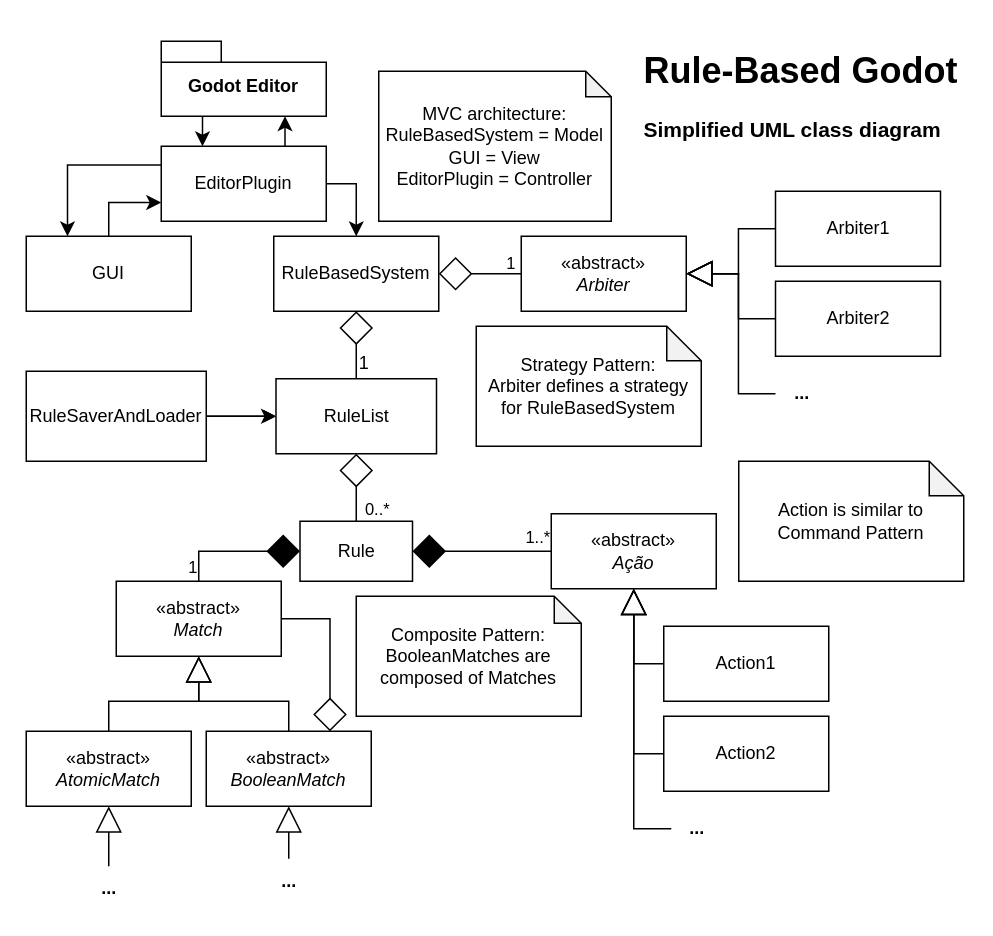
rvbatt/rule-based-godot keeps this draw.io diagram as page "Planned" (1 of 3) of diagrams/UML_Classes.drawio. Above is the earlier version. Source tidied: cells renumbered, new cells numbered last; positions are measured from the earlier drawing's top-left corner, leaving out a move shared by most shapes. Both pictures are drawn from the tidied source at 150%, with x=0, y=0 at pixel (26, 40).
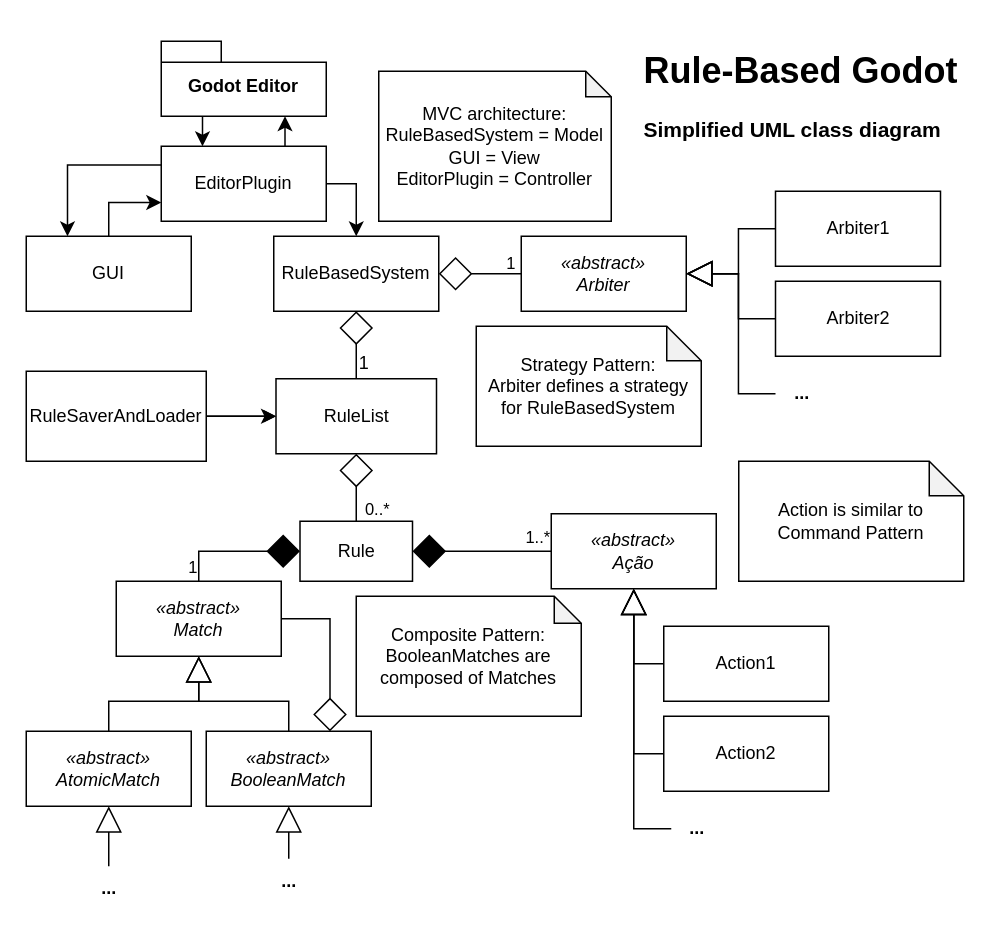
Above is the later version.

Unchanged cells that the change refers to:
```xml
<mxCell id="47" style="group;" parent="1" vertex="1">
  <mxGeometry x="120" y="460" width="110" height="115" as="geometry" />
</mxCell>
<mxCell id="51" style="group;" parent="1" vertex="1">
  <mxGeometry y="460" width="110" height="120" as="geometry" />
</mxCell>
```

The edit, as a diff of the source:
```diff
@@
-    <mxCell id="16" value="«abstract»&lt;br&gt;&lt;i&gt;Arbiter&lt;/i&gt;" style="html=1;whiteSpace=wrap;" parent="1" vertex="1">
+    <mxCell id="16" value="&lt;i&gt;«abstract»&lt;br&gt;Arbiter&lt;/i&gt;" style="html=1;whiteSpace=wrap;" parent="1" vertex="1">
       <mxGeometry x="330" y="130" width="110" height="50" as="geometry" />
     </mxCell>
@@
-    <mxCell id="35" value="«abstract»&lt;br&gt;&lt;i&gt;Match&lt;/i&gt;" style="html=1;whiteSpace=wrap;" parent="1" vertex="1">
+    <mxCell id="35" value="&lt;i&gt;«abstract»&lt;br&gt;Match&lt;/i&gt;" style="html=1;whiteSpace=wrap;" parent="1" vertex="1">
       <mxGeometry x="60" y="360" width="110" height="50" as="geometry" />
     </mxCell>
@@
-    <mxCell id="41" value="«abstract»&lt;br&gt;&lt;i&gt;Ação&lt;/i&gt;" style="html=1;whiteSpace=wrap;" parent="1" vertex="1">
+    <mxCell id="41" value="&lt;i&gt;«abstract»&lt;br&gt;Ação&lt;/i&gt;" style="html=1;whiteSpace=wrap;" parent="1" vertex="1">
       <mxGeometry x="350" y="315" width="110" height="50" as="geometry" />
     </mxCell>
@@
-    <mxCell id="48" value="«abstract»&lt;br&gt;&lt;i&gt;BooleanMatch&lt;/i&gt;" style="html=1;whiteSpace=wrap;" parent="47" vertex="1">
+    <mxCell id="48" value="&lt;i&gt;«abstract»&lt;br&gt;BooleanMatch&lt;/i&gt;" style="html=1;whiteSpace=wrap;" parent="47" vertex="1">
       <mxGeometry width="110" height="50" as="geometry" />
     </mxCell>
@@
-    <mxCell id="52" value="«abstract»&lt;br&gt;&lt;i&gt;AtomicMatch&lt;/i&gt;" style="html=1;whiteSpace=wrap;" parent="51" vertex="1">
+    <mxCell id="52" value="&lt;i&gt;«abstract»&lt;br&gt;AtomicMatch&lt;/i&gt;" style="html=1;whiteSpace=wrap;" parent="51" vertex="1">
       <mxGeometry width="110" height="50" as="geometry" />
     </mxCell>
```
